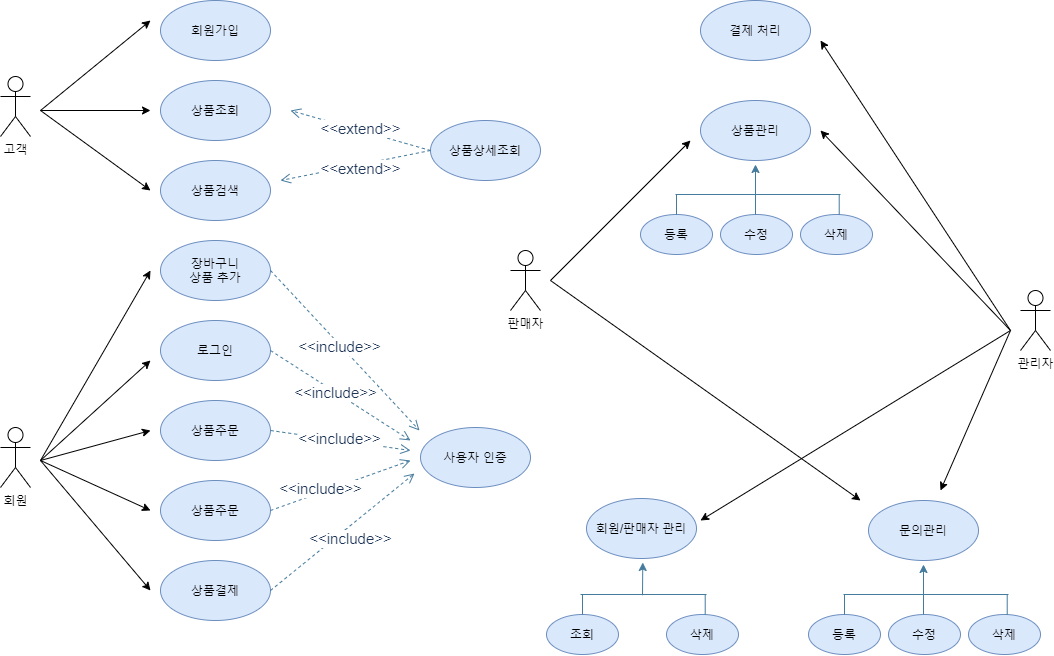
This is Actor Diagram.png from osiris0607/Project, a draw.io export, as it was before one commit. Source tidied: cells renumbered, new cells last; positions are measured from the earlier drawing's top-left corner, leaving out a move shared by most shapes.
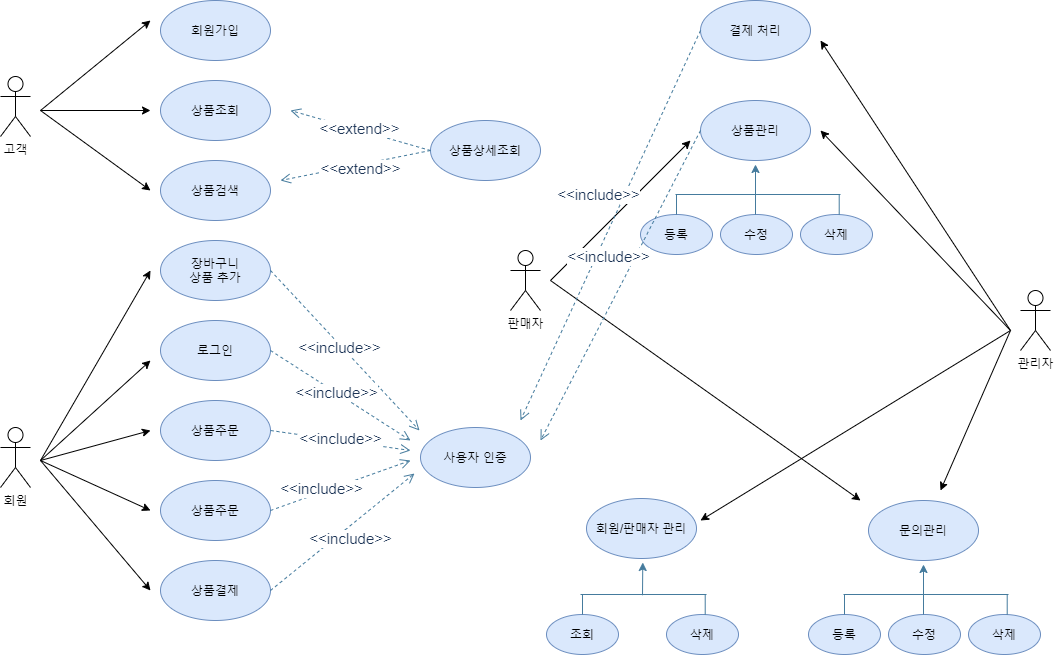
Above is the later version.

Diff of the diagram source:
```diff
@@ -270,5 +270,15 @@
         <mxPoint x="860" y="500" as="targetPoint" />
       </mxGeometry>
     </mxCell>
+    <mxCell id="61" value="&lt;font style=&quot;font-size: 15px&quot;&gt;&amp;lt;&amp;lt;include&amp;gt;&amp;gt;&lt;/font&gt;" style="html=1;verticalAlign=bottom;endArrow=open;dashed=1;endSize=8;strokeColor=#457B9D;fillColor=#A8DADC;fontColor=#1D3557;exitX=0;exitY=0.5;exitDx=0;exitDy=0;" parent="1" edge="1" source="31">
+      <mxGeometry x="-0.06" y="-19" relative="1" as="geometry">
+        <mxPoint x="520" y="420" as="targetPoint" />
+      </mxGeometry>
+    </mxCell>
+    <mxCell id="62" value="&lt;font style=&quot;font-size: 15px&quot;&gt;&amp;lt;&amp;lt;include&amp;gt;&amp;gt;&lt;/font&gt;" style="html=1;verticalAlign=bottom;endArrow=open;dashed=1;endSize=8;strokeColor=#457B9D;fillColor=#A8DADC;fontColor=#1D3557;exitX=0;exitY=0.5;exitDx=0;exitDy=0;" parent="1" edge="1" source="32">
+      <mxGeometry x="-0.06" y="-19" relative="1" as="geometry">
+        <mxPoint x="540" y="440" as="targetPoint" />
+      </mxGeometry>
+    </mxCell>
   </root>
 </mxGraphModel>
```
